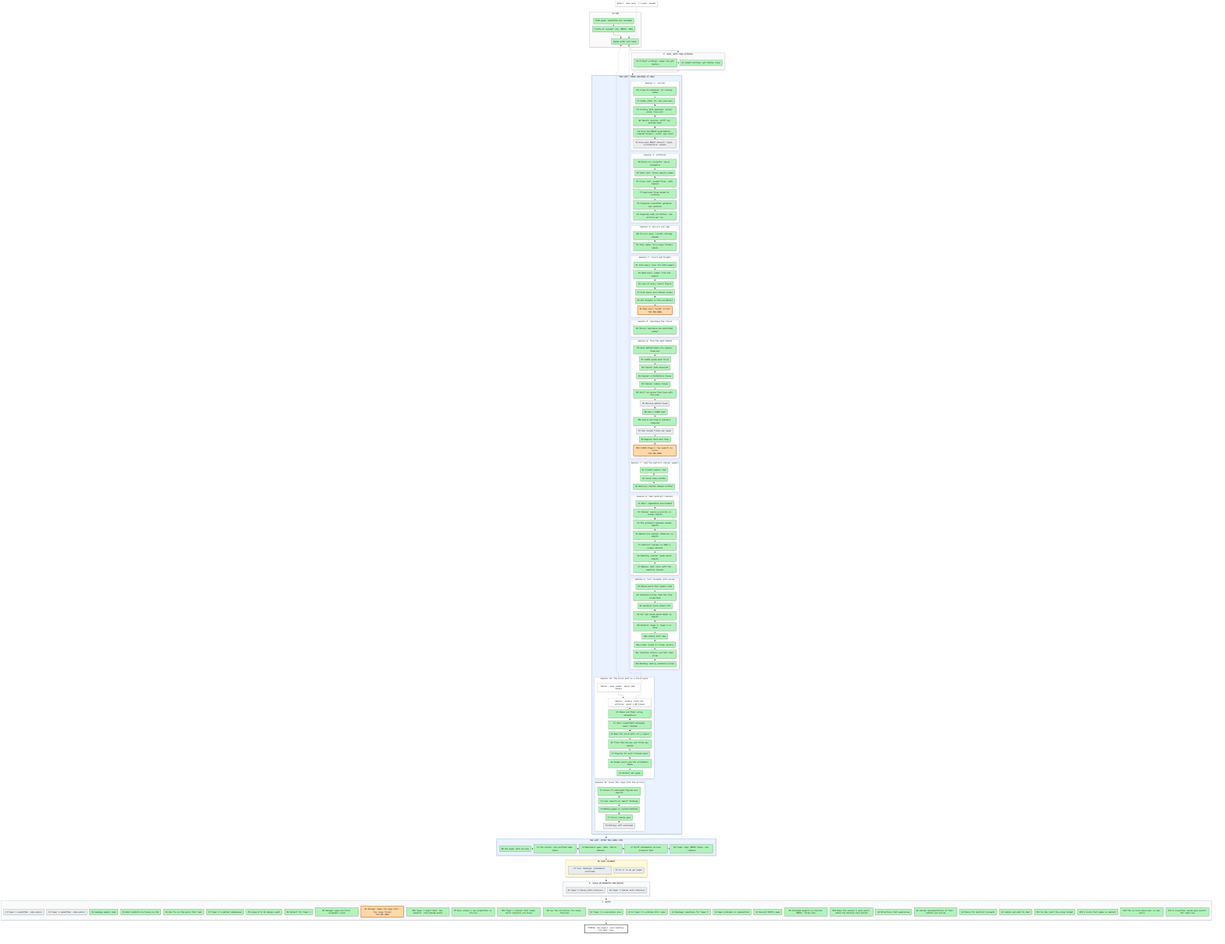
This is artifacts/notes/progress/map.png from mo-rsa24/concept-composition, a Mermaid export, as it was before one commit. Its source is kept beside it as artifacts/notes/progress/map.mmd.
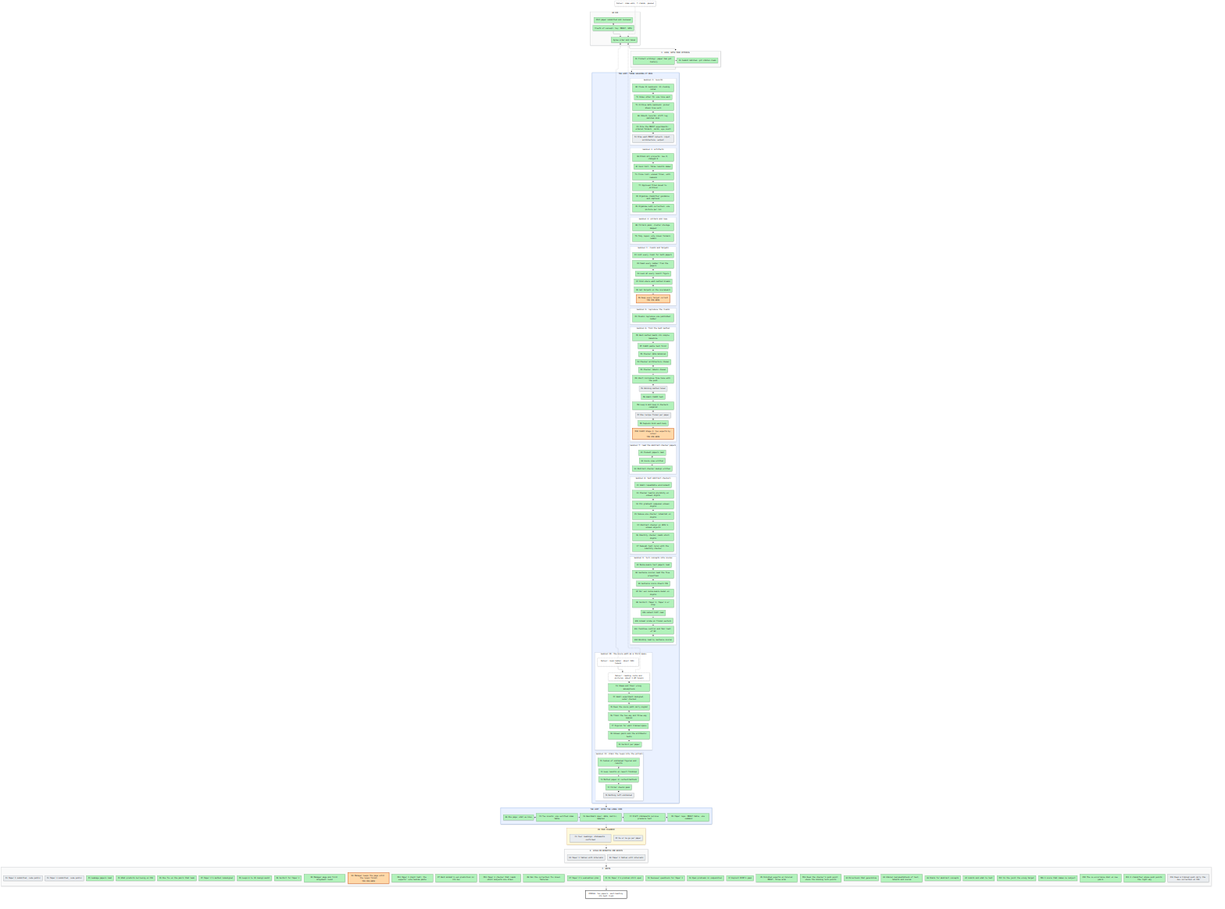
The same diagram one commit later.

Commit message:
Reviewer on the aligned classifier for CO3: fix; stage A to Loop 12 on the cluster, stage B after the owner's yes

What changed in the source:
```diff
@@ -74,7 +74,7 @@
   end
   subgraph SF["F. WRITE"]
     direction LR
-    F1["F1 Paper 1 submitted, code public"]:::todo ~~~ F2["F2 Paper 2 submitted, code public"]:::todo ~~~ Z1["Z1 Leakage papers read"]:::done ~~~ Z2["Z2 What predicts borrowing on CO3"]:::done ~~~ Z3["Z3 One fix on the pairs that leak"]:::done ~~~ Z4["Z4 Paper 2's method redesigned"]:::done ~~~ Z5["Z5 Loops 8 to 10 design audit"]:::done ~~~ Z6["Z6 Verdict for Paper 2"]:::done ~~~ N1["N1 Manager page and first alignment round"]:::done ~~~ N2["N2 Manager keeps the page until the loops finish<br/>YOU ARE HERE"]:::doing ~~~ M11["M11 Paper 1 digit test: the experts' vote beside paste"]:::done ~~~ Z7["Z7 Each animal's own prediction in its box"]:::done ~~~ M12["M12 Paper 2 checker that reads which subjects are drawn"]:::done ~~~ Z8["Z8 Can the correction fix known failures"]:::done ~~~ K7["K7 Paper 1's evaluation plan"]:::done ~~~ G1["G1 Is Paper 2's problem still open"]:::done ~~~ G2["G2 Reviewer questions for Paper 1"]:::done ~~~ G3["G3 Open problems in composition"]:::done ~~~ G4["G4 Exploit DCFM's gaps"]:::done ~~~ Z9["Z9 Finished experts on Colored MNIST, three arms"]:::done ~~~ M13["M13 Does the checker's push point where the missing term points"]:::done ~~~ H1["H1 Directions that generalise"]:::done ~~~ H2["H2 Shared representations of text, latents and scores"]:::done ~~~ H3["H3 Dials for abstract concepts"]:::done ~~~ H4["H4 Limits and what to test"]:::done ~~~ M14["M14 Is the joint the wrong target"]:::done ~~~ M15["M15 A score that names no subject"]:::done ~~~ Z10["Z10 The co-occurrence dial on new pairs"]:::done ~~~ Z11["Z11 A classifier whose push points the right way"]:::done
+    F1["F1 Paper 1 submitted, code public"]:::todo ~~~ F2["F2 Paper 2 submitted, code public"]:::todo ~~~ Z1["Z1 Leakage papers read"]:::done ~~~ Z2["Z2 What predicts borrowing on CO3"]:::done ~~~ Z3["Z3 One fix on the pairs that leak"]:::done ~~~ Z4["Z4 Paper 2's method redesigned"]:::done ~~~ Z5["Z5 Loops 8 to 10 design audit"]:::done ~~~ Z6["Z6 Verdict for Paper 2"]:::done ~~~ N1["N1 Manager page and first alignment round"]:::done ~~~ N2["N2 Manager keeps the page until the loops finish<br/>YOU ARE HERE"]:::doing ~~~ M11["M11 Paper 1 digit test: the experts' vote beside paste"]:::done ~~~ Z7["Z7 Each animal's own prediction in its box"]:::done ~~~ M12["M12 Paper 2 checker that reads which subjects are drawn"]:::done ~~~ Z8["Z8 Can the correction fix known failures"]:::done ~~~ K7["K7 Paper 1's evaluation plan"]:::done ~~~ G1["G1 Is Paper 2's problem still open"]:::done ~~~ G2["G2 Reviewer questions for Paper 1"]:::done ~~~ G3["G3 Open problems in composition"]:::done ~~~ G4["G4 Exploit DCFM's gaps"]:::done ~~~ Z9["Z9 Finished experts on Colored MNIST, three arms"]:::done ~~~ M13["M13 Does the checker's push point where the missing term points"]:::done ~~~ H1["H1 Directions that generalise"]:::done ~~~ H2["H2 Shared representations of text, latents and scores"]:::done ~~~ H3["H3 Dials for abstract concepts"]:::done ~~~ H4["H4 Limits and what to test"]:::done ~~~ M14["M14 Is the joint the wrong target"]:::done ~~~ M15["M15 A score that names no subject"]:::done ~~~ Z10["Z10 The co-occurrence dial on new pairs"]:::done ~~~ Z11["Z11 A classifier whose push points the right way"]:::done ~~~ Z12["Z12 Does a trained push carry the box correction on CO3"]:::todo
   end
   GOAL["FINISH: two papers, each beating its best rival"]:::goal
   X0["Detour: idea walk, 7 claims, paused"]:::detour -.-> P2
```
